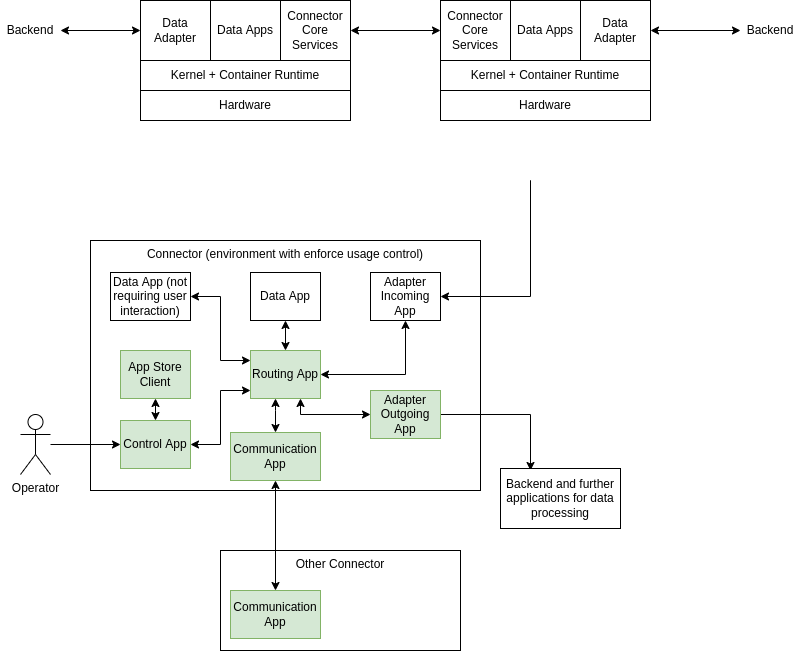
Before: documentation/4_Perspectives_of_the_Reference_Architecture_Model/4_1_Security_Perspective/media/app_interaction.png, a diagram exported from draw.io (International-Data-Spaces-Association/IDS-RAM_4_0). Source tidied: cells renumbered, new cells last; positions are measured from the earlier drawing's top-left corner, leaving out a move shared by most shapes.
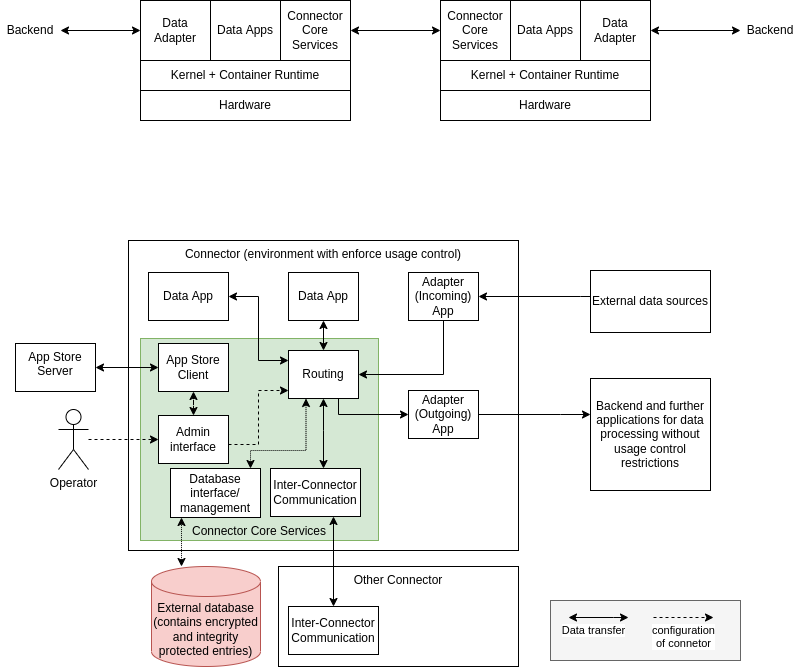
After the change.

Commit message:
continued discussion on data apps

What changed in the source:
```diff
@@ -2,6 +2,15 @@
   <root>
     <mxCell id="0" />
     <mxCell id="1" parent="0" />
+    <mxCell id="41" style="rounded=0;whiteSpace=wrap;html=1;fillColor=#f5f5f5;fontColor=#333333;strokeColor=#666666;" parent="1" vertex="1">
+      <mxGeometry x="550" y="600" width="190" height="60" as="geometry" />
+    </mxCell>
+    <mxCell id="17" value="Connector (environment with enforce usage control)" style="rounded=0;whiteSpace=wrap;html=1;verticalAlign=top;" parent="1" vertex="1">
+      <mxGeometry x="128" y="240" width="390" height="310" as="geometry" />
+    </mxCell>
+    <mxCell id="42" value="Connector Core Services" style="rounded=0;whiteSpace=wrap;html=1;verticalAlign=bottom;fillColor=#d5e8d4;strokeColor=#82b366;" parent="1" vertex="1">
+      <mxGeometry x="140" y="338" width="238" height="202" as="geometry" />
+    </mxCell>
     <mxCell id="2" value="Hardware" style="rounded=0;whiteSpace=wrap;html=1;" parent="1" vertex="1">
       <mxGeometry x="140" y="90" width="210" height="30" as="geometry" />
     </mxCell>
@@ -47,104 +56,159 @@
     <mxCell id="16" value="Backend" style="text;html=1;strokeColor=none;fillColor=none;align=center;verticalAlign=middle;whiteSpace=wrap;rounded=0;" parent="1" vertex="1">
       <mxGeometry x="740" y="15" width="60" height="30" as="geometry" />
     </mxCell>
-    <mxCell id="17" value="Connector (environment with enforce usage control)" style="rounded=0;whiteSpace=wrap;html=1;verticalAlign=top;" parent="1" vertex="1">
-      <mxGeometry x="90" y="240" width="390" height="250" as="geometry" />
-    </mxCell>
     <mxCell id="18" style="edgeStyle=orthogonalEdgeStyle;rounded=0;jettySize=auto;html=1;startArrow=classic;startFill=1;" parent="1" edge="1" source="19" target="29">
       <mxGeometry relative="1" as="geometry">
         <Array as="points">
-          <mxPoint x="220" y="296" />
-          <mxPoint x="220" y="360" />
+          <mxPoint x="258" y="296" />
+          <mxPoint x="258" y="360" />
         </Array>
       </mxGeometry>
     </mxCell>
-    <mxCell id="19" value="Data App (not requiring user interaction)" style="rounded=0;whiteSpace=wrap;html=1;" parent="1" vertex="1">
-      <mxGeometry x="110" y="272" width="80" height="48" as="geometry" />
+    <mxCell id="19" value="Data App" style="rounded=0;whiteSpace=wrap;html=1;" parent="1" vertex="1">
+      <mxGeometry x="148" y="272" width="80" height="48" as="geometry" />
     </mxCell>
     <mxCell id="20" style="edgeStyle=orthogonalEdgeStyle;rounded=0;jettySize=auto;html=1;startArrow=classic;startFill=1;" parent="1" edge="1" source="21" target="29">
       <mxGeometry relative="1" as="geometry" />
     </mxCell>
     <mxCell id="21" value="Data App" style="rounded=0;whiteSpace=wrap;html=1;" parent="1" vertex="1">
-      <mxGeometry x="250" y="272" width="70" height="48" as="geometry" />
+      <mxGeometry x="288" y="272" width="70" height="48" as="geometry" />
     </mxCell>
-    <mxCell id="22" style="edgeStyle=orthogonalEdgeStyle;rounded=0;jettySize=auto;html=1;startArrow=classic;startFill=1;endArrow=none;endFill=0;" parent="1" edge="1" source="23">
+    <mxCell id="22" style="edgeStyle=orthogonalEdgeStyle;rounded=0;jettySize=auto;html=1;startArrow=classic;startFill=1;endArrow=none;endFill=0;" parent="1" edge="1" source="23" target="48">
       <mxGeometry relative="1" as="geometry">
-        <mxPoint x="530" y="200" as="targetPoint" />
         <Array as="points">
-          <mxPoint x="530" y="296" />
-          <mxPoint x="530" y="180" />
+          <mxPoint x="580" y="296" />
+          <mxPoint x="580" y="296" />
         </Array>
       </mxGeometry>
     </mxCell>
-    <mxCell id="23" value="Adapter Incoming&lt;br&gt;App" style="rounded=0;whiteSpace=wrap;html=1;" parent="1" vertex="1">
-      <mxGeometry x="370" y="272" width="70" height="48" as="geometry" />
+    <mxCell id="23" value="Adapter (Incoming)&lt;br&gt;App" style="rounded=0;whiteSpace=wrap;html=1;" parent="1" vertex="1">
+      <mxGeometry x="408" y="272" width="70" height="48" as="geometry" />
     </mxCell>
-    <mxCell id="24" style="edgeStyle=orthogonalEdgeStyle;rounded=0;jettySize=auto;html=1;startArrow=none;startFill=0;endArrow=classic;endFill=1;" parent="1" edge="1" source="25">
+    <mxCell id="24" style="edgeStyle=orthogonalEdgeStyle;rounded=0;jettySize=auto;html=1;startArrow=none;startFill=0;endArrow=classic;endFill=1;" parent="1" edge="1" source="25" target="36">
       <mxGeometry relative="1" as="geometry">
-        <mxPoint x="530" y="470" as="targetPoint" />
+        <Array as="points">
+          <mxPoint x="560" y="414" />
+          <mxPoint x="560" y="414" />
+        </Array>
       </mxGeometry>
     </mxCell>
-    <mxCell id="25" value="Adapter Outgoing&lt;br&gt;App" style="rounded=0;whiteSpace=wrap;html=1;fillColor=#d5e8d4;strokeColor=#82b366;" parent="1" vertex="1">
-      <mxGeometry x="370" y="390" width="70" height="48" as="geometry" />
+    <mxCell id="25" value="Adapter (Outgoing)&lt;br&gt;App" style="rounded=0;whiteSpace=wrap;html=1;" parent="1" vertex="1">
+      <mxGeometry x="408" y="390" width="70" height="48" as="geometry" />
     </mxCell>
-    <mxCell id="26" style="edgeStyle=orthogonalEdgeStyle;rounded=0;jettySize=auto;html=1;startArrow=classic;startFill=1;" parent="1" edge="1" source="29" target="23">
+    <mxCell id="26" style="edgeStyle=orthogonalEdgeStyle;rounded=0;jettySize=auto;html=1;startArrow=classic;startFill=1;endArrow=none;endFill=0;" parent="1" edge="1" source="29" target="23">
       <mxGeometry relative="1" as="geometry" />
     </mxCell>
-    <mxCell id="27" style="edgeStyle=orthogonalEdgeStyle;rounded=0;jettySize=auto;html=1;entryX=0;entryY=0.5;entryDx=0;entryDy=0;startArrow=classic;startFill=1;" parent="1" edge="1" source="29" target="25">
+    <mxCell id="27" style="edgeStyle=orthogonalEdgeStyle;rounded=0;jettySize=auto;html=1;entryX=0;entryY=0.5;entryDx=0;entryDy=0;startArrow=none;startFill=0;" parent="1" edge="1" source="29" target="25">
       <mxGeometry relative="1" as="geometry">
         <Array as="points">
-          <mxPoint x="300" y="414" />
+          <mxPoint x="338" y="414" />
         </Array>
       </mxGeometry>
     </mxCell>
     <mxCell id="28" style="edgeStyle=orthogonalEdgeStyle;rounded=0;jettySize=auto;html=1;startArrow=classic;startFill=1;endArrow=classic;endFill=1;" parent="1" edge="1" source="29" target="37">
       <mxGeometry relative="1" as="geometry">
         <Array as="points">
-          <mxPoint x="275" y="410" />
-          <mxPoint x="275" y="410" />
+          <mxPoint x="323" y="430" />
+          <mxPoint x="323" y="430" />
         </Array>
       </mxGeometry>
     </mxCell>
+    <mxCell id="43" style="edgeStyle=orthogonalEdgeStyle;rounded=0;jettySize=auto;html=1;dashed=1;dashPattern=1 1;startArrow=classic;startFill=1;endArrow=classic;endFill=1;exitX=0.25;exitY=1;exitDx=0;exitDy=0;" parent="1" edge="1" source="29" target="49">
+      <mxGeometry relative="1" as="geometry">
+        <Array as="points">
+          <mxPoint x="306" y="450" />
+          <mxPoint x="250" y="450" />
+        </Array>
+      </mxGeometry>
+    </mxCell>
-    <mxCell id="29" value="Routing App&lt;span style=&quot;color: rgba(0 , 0 , 0 , 0) ; font-family: monospace ; font-size: 0px&quot;&gt;%3CmxGraphModel%3E%3Croot%3E%3CmxCell%20id%3D%220%22%2F%3E%3CmxCell%20id%3D%221%22%20parent%3D%220%22%2F%3E%3CmxCell%20id%3D%222%22%20value%3D%22Data%20App%22%20style%3D%22rounded%3D0%3BwhiteSpace%3Dwrap%3Bhtml%3D1%3B%22%20vertex%3D%221%22%20parent%3D%221%22%3E%3CmxGeometry%20x%3D%22210%22%20y%3D%22292%22%20width%3D%2270%22%20height%3D%2248%22%20as%3D%22geometry%22%2F%3E%3C%2FmxCell%3E%3C%2Froot%3E%3C%2FmxGraphModel%3E&lt;/span&gt;" style="rounded=0;whiteSpace=wrap;html=1;fillColor=#d5e8d4;strokeColor=#82b366;" parent="1" vertex="1">
-      <mxGeometry x="250" y="350" width="70" height="48" as="geometry" />
+    <mxCell id="29" value="Routing&lt;span style=&quot;color: rgba(0 , 0 , 0 , 0) ; font-family: monospace ; font-size: 0px&quot;&gt;%3CmxGraphModel%3E%3Croot%3E%3CmxCell%20id%3D%220%22%2F%3E%3CmxCell%20id%3D%221%22%20parent%3D%220%22%2F%3E%3CmxCell%20id%3D%222%22%20value%3D%22Data%20App%22%20style%3D%22rounded%3D0%3BwhiteSpace%3Dwrap%3Bhtml%3D1%3B%22%20vertex%3D%221%22%20parent%3D%221%22%3E%3CmxGeometry%20x%3D%22210%22%20y%3D%22292%22%20width%3D%2270%22%20height%3D%2248%22%20as%3D%22geometry%22%2F%3E%3C%2FmxCell%3E%3C%2Froot%3E%3C%2FmxGraphModel%3E&lt;/span&gt;" style="rounded=0;whiteSpace=wrap;html=1;" parent="1" vertex="1">
+      <mxGeometry x="288" y="350" width="70" height="48" as="geometry" />
     </mxCell>
-    <mxCell id="30" style="edgeStyle=orthogonalEdgeStyle;rounded=0;jettySize=auto;html=1;startArrow=classic;startFill=1;" parent="1" edge="1" source="32" target="29">
+    <mxCell id="30" style="edgeStyle=orthogonalEdgeStyle;rounded=0;jettySize=auto;html=1;startArrow=none;startFill=0;dashed=1;" parent="1" edge="1" source="32" target="29">
       <mxGeometry relative="1" as="geometry">
         <Array as="points">
-          <mxPoint x="220" y="444" />
-          <mxPoint x="220" y="390" />
+          <mxPoint x="258" y="444" />
+          <mxPoint x="258" y="390" />
         </Array>
       </mxGeometry>
     </mxCell>
-    <mxCell id="31" style="edgeStyle=orthogonalEdgeStyle;rounded=0;jettySize=auto;html=1;startArrow=classic;startFill=1;" parent="1" edge="1" source="32" target="35">
+    <mxCell id="31" style="edgeStyle=orthogonalEdgeStyle;rounded=0;jettySize=auto;html=1;startArrow=classic;startFill=1;dashed=1;" parent="1" edge="1" source="32" target="35">
       <mxGeometry relative="1" as="geometry" />
     </mxCell>
-    <mxCell id="32" value="Control App" style="rounded=0;whiteSpace=wrap;html=1;fillColor=#d5e8d4;strokeColor=#82b366;" parent="1" vertex="1">
-      <mxGeometry x="120" y="420" width="70" height="48" as="geometry" />
+    <mxCell id="32" value="Admin interface" style="rounded=0;whiteSpace=wrap;html=1;" parent="1" vertex="1">
+      <mxGeometry x="158" y="415" width="70" height="48" as="geometry" />
     </mxCell>
-    <mxCell id="33" style="edgeStyle=orthogonalEdgeStyle;rounded=0;jettySize=auto;html=1;startArrow=none;startFill=0;endArrow=classic;endFill=1;" parent="1" edge="1" source="34" target="32">
+    <mxCell id="33" style="edgeStyle=orthogonalEdgeStyle;rounded=0;jettySize=auto;html=1;startArrow=none;startFill=0;endArrow=classic;endFill=1;dashed=1;" parent="1" edge="1" source="34" target="32">
       <mxGeometry relative="1" as="geometry" />
     </mxCell>
     <mxCell id="34" value="Operator" style="shape=umlActor;verticalLabelPosition=bottom;verticalAlign=top;html=1;outlineConnect=0;" parent="1" vertex="1">
-      <mxGeometry x="20" y="414" width="30" height="60" as="geometry" />
+      <mxGeometry x="58" y="409" width="30" height="60" as="geometry" />
     </mxCell>
-    <mxCell id="35" value="App Store Client" style="rounded=0;whiteSpace=wrap;html=1;fillColor=#d5e8d4;strokeColor=#82b366;" parent="1" vertex="1">
-      <mxGeometry x="120" y="350" width="70" height="48" as="geometry" />
+    <mxCell id="35" value="App Store Client" style="rounded=0;whiteSpace=wrap;html=1;" parent="1" vertex="1">
+      <mxGeometry x="158" y="343" width="70" height="48" as="geometry" />
     </mxCell>
-    <mxCell id="36" value="Backend and further applications for data processing" style="rounded=0;whiteSpace=wrap;html=1;" parent="1" vertex="1">
-      <mxGeometry x="500" y="468" width="120" height="60" as="geometry" />
+    <mxCell id="36" value="Backend and further applications for data processing without usage control restrictions" style="rounded=0;whiteSpace=wrap;html=1;" parent="1" vertex="1">
+      <mxGeometry x="590" y="378" width="120" height="112" as="geometry" />
     </mxCell>
-    <mxCell id="37" value="Communication App" style="rounded=0;whiteSpace=wrap;html=1;fillColor=#d5e8d4;strokeColor=#82b366;" parent="1" vertex="1">
-      <mxGeometry x="230" y="432" width="90" height="48" as="geometry" />
+    <mxCell id="37" value="Inter-Connector Communication" style="rounded=0;whiteSpace=wrap;html=1;" parent="1" vertex="1">
+      <mxGeometry x="270" y="468" width="90" height="48" as="geometry" />
     </mxCell>
     <mxCell id="38" value="Other Connector" style="rounded=0;whiteSpace=wrap;html=1;verticalAlign=top;" parent="1" vertex="1">
-      <mxGeometry x="220" y="550" width="240" height="100" as="geometry" />
+      <mxGeometry x="278" y="566" width="240" height="100" as="geometry" />
     </mxCell>
-    <mxCell id="39" value="Communication App" style="rounded=0;whiteSpace=wrap;html=1;fillColor=#d5e8d4;strokeColor=#82b366;" parent="1" vertex="1">
-      <mxGeometry x="230" y="590" width="90" height="48" as="geometry" />
+    <mxCell id="39" value="Inter-Connector Communication" style="rounded=0;whiteSpace=wrap;html=1;" parent="1" vertex="1">
+      <mxGeometry x="288" y="606" width="90" height="48" as="geometry" />
     </mxCell>
     <mxCell id="40" style="edgeStyle=orthogonalEdgeStyle;rounded=0;jettySize=auto;html=1;entryX=0.5;entryY=0;entryDx=0;entryDy=0;startArrow=classic;startFill=1;endArrow=classic;endFill=1;" parent="1" edge="1" source="37" target="39">
-      <mxGeometry relative="1" as="geometry" />
+      <mxGeometry relative="1" as="geometry">
+        <Array as="points">
+          <mxPoint x="333" y="480" />
+          <mxPoint x="333" y="480" />
+        </Array>
+      </mxGeometry>
     </mxCell>
+    <mxCell id="44" style="edgeStyle=orthogonalEdgeStyle;rounded=0;jettySize=auto;html=1;entryX=0;entryY=0.5;entryDx=0;entryDy=0;startArrow=classic;startFill=1;endArrow=classic;endFill=1;" parent="1" edge="1" source="45" target="35">
+      <mxGeometry relative="1" as="geometry" />
+    </mxCell>
+    <mxCell id="45" value="App Store Server" style="rounded=0;whiteSpace=wrap;html=1;verticalAlign=top;" parent="1" vertex="1">
+      <mxGeometry x="15" y="343" width="80" height="48" as="geometry" />
+    </mxCell>
+    <mxCell id="46" value="Data transfer" style="edgeStyle=orthogonalEdgeStyle;rounded=0;orthogonalLoop=1;jettySize=auto;html=1;startArrow=classic;startFill=1;verticalAlign=top;" parent="1" edge="1">
+      <mxGeometry x="-0.17" relative="1" as="geometry">
+        <mxPoint x="568" y="617" as="sourcePoint" />
+        <mxPoint x="628" y="617" as="targetPoint" />
+        <Array as="points">
+          <mxPoint x="613" y="617" />
+          <mxPoint x="613" y="617" />
+        </Array>
+      </mxGeometry>
+    </mxCell>
+    <mxCell id="47" value="configuration&lt;br&gt;of connetor" style="edgeStyle=orthogonalEdgeStyle;rounded=0;orthogonalLoop=1;jettySize=auto;html=1;startArrow=none;startFill=0;verticalAlign=top;dashed=1;" parent="1" edge="1">
+      <mxGeometry relative="1" as="geometry">
+        <mxPoint x="653" y="617" as="sourcePoint" />
+        <mxPoint x="713" y="617" as="targetPoint" />
+        <Array as="points">
+          <mxPoint x="698" y="617" />
+          <mxPoint x="698" y="617" />
+        </Array>
+      </mxGeometry>
+    </mxCell>
+    <mxCell id="48" value="External data sources" style="rounded=0;whiteSpace=wrap;html=1;" parent="1" vertex="1">
+      <mxGeometry x="590" y="270" width="120" height="62" as="geometry" />
+    </mxCell>
+    <mxCell id="49" value="Database interface/&lt;br&gt;management" style="rounded=0;whiteSpace=wrap;html=1;" parent="1" vertex="1">
+      <mxGeometry x="170" y="468" width="90" height="49" as="geometry" />
+    </mxCell>
+    <mxCell id="50" style="edgeStyle=orthogonalEdgeStyle;rounded=0;jettySize=auto;html=1;dashed=1;startArrow=classic;startFill=1;endArrow=classic;endFill=1;dashPattern=1 1;" parent="1" edge="1" source="51" target="49">
+      <mxGeometry relative="1" as="geometry">
+        <Array as="points">
+          <mxPoint x="181" y="530" />
+          <mxPoint x="181" y="530" />
+        </Array>
+      </mxGeometry>
+    </mxCell>
+    <mxCell id="51" value="External database (contains encrypted and integrity protected entries)" style="shape=cylinder3;whiteSpace=wrap;html=1;boundedLbl=1;backgroundOutline=1;size=15;fillColor=#f8cecc;strokeColor=#b85450;" parent="1" vertex="1">
+      <mxGeometry x="151" y="566" width="109" height="100" as="geometry" />
+    </mxCell>
   </root>
 </mxGraphModel>
```
